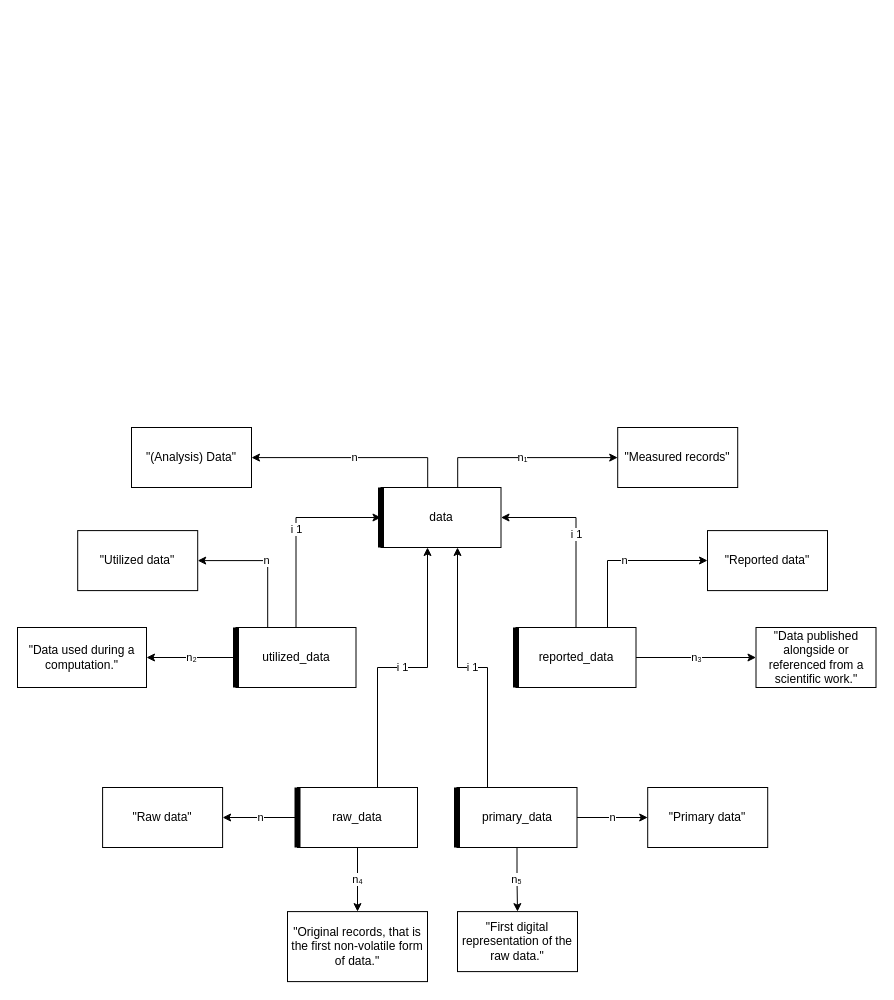
This is page "06-data" (7 of 11) of model-analysis-errors.drawio from nicebread/scientific_errors, a draw.io file, before an edit. Source tidied: cells renumbered, new cells numbered last; positions are measured from the earlier drawing's top-left corner, leaving out a move shared by most shapes. Both pictures are drawn from the tidied source at 100%, with x=0, y=0 at pixel (17, 427).
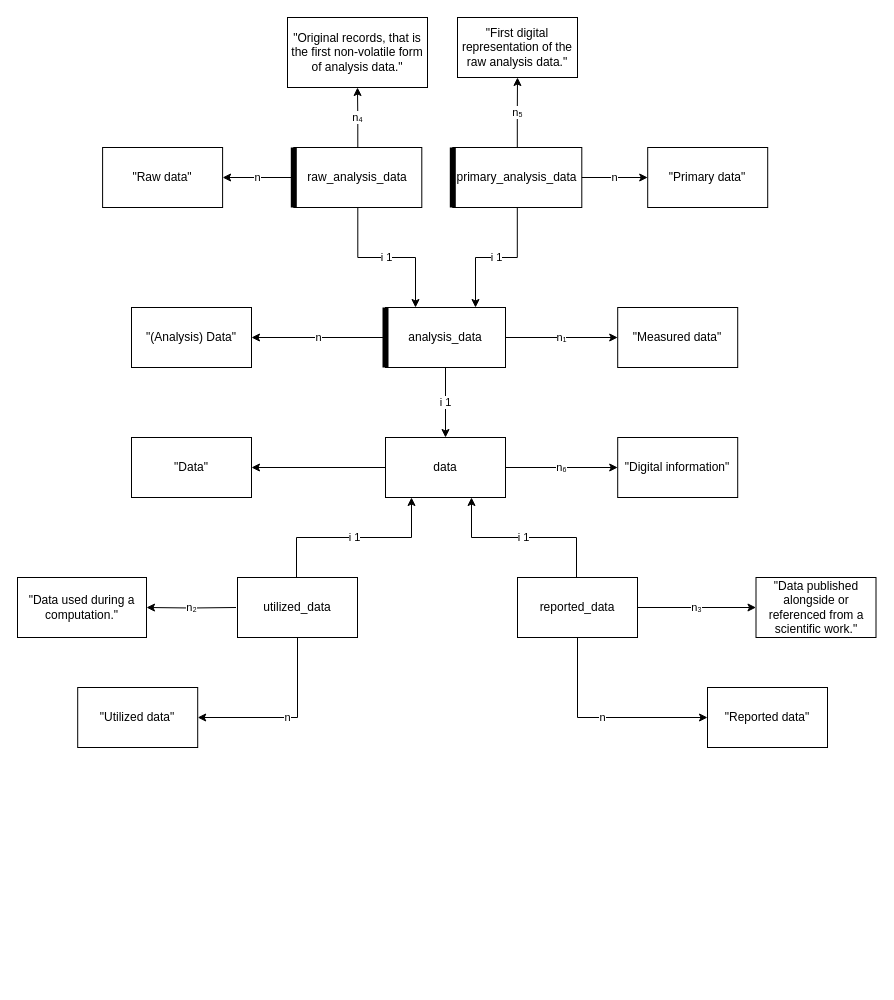
The same page after the edit.

Commit message (it also covers changes not shown here):
Differentiate between "data" and "analysis data"; also: "results" are "data"

Diff of the diagram source:
```diff
@@
-    <mxCell id="2" style="group;" parent="1" vertex="1">
-      <mxGeometry x="363.5" y="60" width="120" height="60" as="geometry" />
-    </mxCell>
-    <mxCell id="3" value="data" style="rounded=0;whiteSpace=wrap;html=1;absoluteArcSize=0;" parent="2" vertex="1">
-      <mxGeometry width="120" height="60" as="geometry" />
-    </mxCell>
-    <mxCell id="4" style="endArrow=none;html=1;rounded=0;entryX=0;entryY=0;entryDx=0;entryDy=0;exitX=0;exitY=1;exitDx=0;exitDy=0;strokeWidth=6;" parent="2" edge="1" source="3" target="3">
-      <mxGeometry relative="1" as="geometry" />
-    </mxCell>
-    <mxCell id="5" style="group;" parent="1" vertex="1">
-      <mxGeometry x="218.5" y="200" width="120" height="60" as="geometry" />
-    </mxCell>
-    <mxCell id="6" value="utilized_data" style="rounded=0;whiteSpace=wrap;html=1;absoluteArcSize=0;" parent="5" vertex="1">
-      <mxGeometry width="120" height="60" as="geometry" />
-    </mxCell>
-    <mxCell id="7" style="endArrow=none;html=1;rounded=0;entryX=0;entryY=0;entryDx=0;entryDy=0;exitX=0;exitY=1;exitDx=0;exitDy=0;strokeWidth=6;" parent="5" edge="1" source="6" target="6">
-      <mxGeometry relative="1" as="geometry" />
-    </mxCell>
-    <mxCell id="8" style="group;" parent="1" vertex="1">
-      <mxGeometry x="498.5" y="200" width="120" height="60" as="geometry" />
-    </mxCell>
-    <mxCell id="9" value="reported_data" style="rounded=0;whiteSpace=wrap;html=1;absoluteArcSize=0;" parent="8" vertex="1">
-      <mxGeometry width="120" height="60" as="geometry" />
-    </mxCell>
-    <mxCell id="10" style="endArrow=none;html=1;rounded=0;entryX=0;entryY=0;entryDx=0;entryDy=0;exitX=0;exitY=1;exitDx=0;exitDy=0;strokeWidth=6;" parent="8" edge="1" source="9" target="9">
-      <mxGeometry relative="1" as="geometry" />
-    </mxCell>
     <mxCell id="11" value="i 1" style="edgeStyle=orthogonalEdgeStyle;rounded=0;jettySize=auto;html=1;" parent="1" edge="1" source="9" target="3">
       <mxGeometry relative="1" as="geometry">
         <Array as="points">
-          <mxPoint x="558.5" y="90" />
+          <mxPoint x="559" y="110" />
+          <mxPoint x="454" y="110" />
         </Array>
       </mxGeometry>
     </mxCell>
     <mxCell id="12" value="i 1" style="edgeStyle=orthogonalEdgeStyle;rounded=0;jettySize=auto;html=1;" parent="1" edge="1" source="6" target="3">
       <mxGeometry relative="1" as="geometry">
         <Array as="points">
-          <mxPoint x="278.5" y="90" />
+          <mxPoint x="279" y="110" />
+          <mxPoint x="394" y="110" />
         </Array>
       </mxGeometry>
     </mxCell>
     <mxCell id="13" value="&quot;Data used during a computation.&quot;" style="rounded=0;whiteSpace=wrap;html=1;" parent="1" vertex="1">
-      <mxGeometry y="200" width="129" height="60" as="geometry" />
+      <mxGeometry y="150" width="129" height="60" as="geometry" />
     </mxCell>
-    <mxCell id="14" value="n₂" style="edgeStyle=orthogonalEdgeStyle;rounded=0;jettySize=auto;html=1;" parent="1" edge="1" source="6" target="13">
-      <mxGeometry relative="1" as="geometry" />
+    <mxCell id="14" value="n₂" style="edgeStyle=orthogonalEdgeStyle;rounded=0;jettySize=auto;html=1;" parent="1" edge="1" target="13">
+      <mxGeometry relative="1" as="geometry">
+        <mxPoint x="218.5" y="180" as="sourcePoint" />
+      </mxGeometry>
     </mxCell>
     <mxCell id="15" value="&quot;Data published alongside or referenced from a scientific work.&quot;" style="rounded=0;whiteSpace=wrap;html=1;" parent="1" vertex="1">
-      <mxGeometry x="738.5" y="200" width="120" height="60" as="geometry" />
+      <mxGeometry x="738.5" y="150" width="120" height="60" as="geometry" />
     </mxCell>
@@
     <mxCell id="17" value="&quot;(Analysis) Data&quot;" style="rounded=0;whiteSpace=wrap;html=1;" parent="1" vertex="1">
-      <mxGeometry x="114" width="120" height="60" as="geometry" />
+      <mxGeometry x="114" y="-120" width="120" height="60" as="geometry" />
     </mxCell>
-    <mxCell id="18" value="n" style="edgeStyle=orthogonalEdgeStyle;rounded=0;jettySize=auto;html=1;" parent="1" edge="1" source="3" target="17">
-      <mxGeometry relative="1" as="geometry">
-        <Array as="points">
-          <mxPoint x="410.2" y="30.1" />
-        </Array>
-      </mxGeometry>
+    <mxCell id="18" value="n" style="edgeStyle=orthogonalEdgeStyle;rounded=0;jettySize=auto;html=1;entryX=1;entryY=0.5;entryDx=0;entryDy=0;" parent="1" edge="1" source="49" target="17">
+      <mxGeometry relative="1" as="geometry" />
     </mxCell>
-    <mxCell id="19" value="&quot;Original records, that is the first non-volatile form of data.&quot;" style="rounded=0;whiteSpace=wrap;html=1;" parent="1" vertex="1">
-      <mxGeometry x="270" y="484.1" width="140" height="70" as="geometry" />
+    <mxCell id="19" value="&quot;Original records, that is the first non-volatile form of analysis data.&quot;" style="rounded=0;whiteSpace=wrap;html=1;" parent="1" vertex="1">
+      <mxGeometry x="270" y="-410" width="140" height="70" as="geometry" />
     </mxCell>
     <mxCell id="20" style="group;" parent="1" vertex="1">
-      <mxGeometry x="435.5" y="360" width="120" height="60" as="geometry" />
+      <mxGeometry x="431" y="-280" width="129" height="60" as="geometry" />
     </mxCell>
-    <mxCell id="21" value="primary_data" style="rounded=0;whiteSpace=wrap;html=1;absoluteArcSize=0;" parent="20" vertex="1">
-      <mxGeometry x="4" width="120" height="60" as="geometry" />
+    <mxCell id="21" value="primary_analysis_data" style="rounded=0;whiteSpace=wrap;html=1;absoluteArcSize=0;" parent="20" vertex="1">
+      <mxGeometry x="4.3" width="129" height="60" as="geometry" />
     </mxCell>
@@
-    <mxCell id="25" value="i 1" style="edgeStyle=orthogonalEdgeStyle;rounded=0;jettySize=auto;html=1;" parent="1" edge="1" source="28" target="3">
-      <mxGeometry relative="1" as="geometry">
-        <Array as="points">
-          <mxPoint x="360" y="240" />
-          <mxPoint x="410" y="240" />
-        </Array>
-      </mxGeometry>
-    </mxCell>
-    <mxCell id="26" value="&quot;First digital representation of the raw data.&quot;" style="rounded=0;whiteSpace=wrap;html=1;" parent="1" vertex="1">
-      <mxGeometry x="440" y="484.1" width="120" height="60" as="geometry" />
+    <mxCell id="26" value="&quot;First digital representation of the raw analysis data.&quot;" style="rounded=0;whiteSpace=wrap;html=1;" parent="1" vertex="1">
+      <mxGeometry x="440" y="-410" width="120" height="60" as="geometry" />
     </mxCell>
     <mxCell id="27" style="group;" parent="1" vertex="1">
-      <mxGeometry x="276" y="360" width="120" height="60" as="geometry" />
+      <mxGeometry x="272" y="-280" width="128" height="60" as="geometry" />
     </mxCell>
-    <mxCell id="28" value="raw_data" style="rounded=0;whiteSpace=wrap;html=1;absoluteArcSize=0;" parent="27" vertex="1">
-      <mxGeometry x="4" width="120" height="60" as="geometry" />
+    <mxCell id="28" value="raw_analysis_data" style="rounded=0;whiteSpace=wrap;html=1;absoluteArcSize=0;" parent="27" vertex="1">
+      <mxGeometry x="4.3" width="128" height="60" as="geometry" />
     </mxCell>
@@
-    <mxCell id="30" value="i 1" style="edgeStyle=orthogonalEdgeStyle;rounded=0;jettySize=auto;html=1;" parent="1" edge="1" source="21" target="3">
-      <mxGeometry relative="1" as="geometry">
-        <Array as="points">
-          <mxPoint x="470" y="240" />
-          <mxPoint x="440" y="240" />
-        </Array>
-      </mxGeometry>
-    </mxCell>
     <mxCell id="31" value="&quot;Utilized data&quot;" style="rounded=0;whiteSpace=wrap;html=1;" parent="1" vertex="1">
-      <mxGeometry x="60.2" y="103.1" width="120" height="60" as="geometry" />
+      <mxGeometry x="60.2" y="260" width="120" height="60" as="geometry" />
     </mxCell>
     <mxCell id="32" value="n" style="edgeStyle=orthogonalEdgeStyle;rounded=0;jettySize=auto;html=1;" parent="1" edge="1" source="6" target="31">
       <mxGeometry relative="1" as="geometry">
         <Array as="points">
-          <mxPoint x="250.2" y="133.1" />
+          <mxPoint x="280" y="290" />
         </Array>
       </mxGeometry>
     </mxCell>
-    <mxCell id="33" value="&quot;Measured records&quot;" style="rounded=0;whiteSpace=wrap;html=1;" parent="1" vertex="1">
-      <mxGeometry x="600.2" width="120" height="60" as="geometry" />
+    <mxCell id="33" value="&quot;Measured data&quot;" style="rounded=0;whiteSpace=wrap;html=1;" parent="1" vertex="1">
+      <mxGeometry x="600.2" y="-120" width="120" height="60" as="geometry" />
     </mxCell>
-    <mxCell id="34" value="n₁" style="edgeStyle=orthogonalEdgeStyle;rounded=0;jettySize=auto;html=1;" parent="1" edge="1" source="3" target="33">
-      <mxGeometry relative="1" as="geometry">
-        <Array as="points">
-          <mxPoint x="440.2" y="30.1" />
-        </Array>
-      </mxGeometry>
+    <mxCell id="34" value="n₁" style="edgeStyle=orthogonalEdgeStyle;rounded=0;jettySize=auto;html=1;entryX=0;entryY=0.5;entryDx=0;entryDy=0;" parent="1" edge="1" source="49" target="33">
+      <mxGeometry relative="1" as="geometry" />
     </mxCell>
     <mxCell id="35" value="&quot;Raw data&quot;" style="rounded=0;whiteSpace=wrap;html=1;" parent="1" vertex="1">
-      <mxGeometry x="85.1" y="360" width="120" height="60" as="geometry" />
+      <mxGeometry x="85.1" y="-280" width="120" height="60" as="geometry" />
     </mxCell>
@@
     <mxCell id="37" value="&quot;Primary data&quot;" style="rounded=0;whiteSpace=wrap;html=1;" parent="1" vertex="1">
-      <mxGeometry x="630.2" y="360" width="120" height="60" as="geometry" />
+      <mxGeometry x="630.2" y="-280" width="120" height="60" as="geometry" />
     </mxCell>
@@
     <mxCell id="39" value="&quot;Reported data&quot;" style="rounded=0;whiteSpace=wrap;html=1;" parent="1" vertex="1">
-      <mxGeometry x="690" y="103.1" width="120" height="60" as="geometry" />
+      <mxGeometry x="690" y="260" width="120" height="60" as="geometry" />
     </mxCell>
     <mxCell id="40" value="n" style="edgeStyle=orthogonalEdgeStyle;curved=0;rounded=0;html=1;" parent="1" edge="1" source="9" target="39">
       <mxGeometry relative="1" as="geometry">
         <Array as="points">
-          <mxPoint x="590" y="133" />
+          <mxPoint x="560" y="290" />
         </Array>
       </mxGeometry>
     </mxCell>
+    <mxCell id="41" value="i 1" style="edgeStyle=orthogonalEdgeStyle;curved=0;rounded=0;html=1;" parent="1" edge="1" source="49" target="3">
+      <mxGeometry relative="1" as="geometry" />
+    </mxCell>
+    <mxCell id="42" value="i 1" style="edgeStyle=orthogonalEdgeStyle;curved=0;rounded=0;html=1;entryX=0.25;entryY=0;entryDx=0;entryDy=0;" parent="1" edge="1" source="28" target="49">
+      <mxGeometry relative="1" as="geometry" />
+    </mxCell>
+    <mxCell id="43" value="i 1" style="edgeStyle=orthogonalEdgeStyle;curved=0;rounded=0;html=1;entryX=0.75;entryY=0;entryDx=0;entryDy=0;" parent="1" edge="1" source="21" target="49">
+      <mxGeometry relative="1" as="geometry" />
+    </mxCell>
+    <mxCell id="44" value="&quot;Data&quot;" style="rounded=0;whiteSpace=wrap;html=1;" parent="1" vertex="1">
+      <mxGeometry x="114" y="10" width="120" height="60" as="geometry" />
+    </mxCell>
+    <mxCell id="45" value="&quot;Digital information&quot;" style="rounded=0;whiteSpace=wrap;html=1;" parent="1" vertex="1">
+      <mxGeometry x="600.2" y="10" width="120" height="60" as="geometry" />
+    </mxCell>
+    <mxCell id="46" value="n₆" style="edgeStyle=orthogonalEdgeStyle;curved=0;rounded=0;html=1;" parent="1" edge="1" source="3" target="45">
+      <mxGeometry relative="1" as="geometry" />
+    </mxCell>
+    <mxCell id="47" style="edgeStyle=orthogonalEdgeStyle;curved=0;rounded=0;html=1;" parent="1" edge="1" source="3" target="44">
+      <mxGeometry relative="1" as="geometry" />
+    </mxCell>
+    <mxCell id="48" style="group;" parent="1" vertex="1">
+      <mxGeometry x="368" y="-120" width="120" height="60" as="geometry" />
+    </mxCell>
+    <mxCell id="49" value="analysis_data" style="rounded=0;whiteSpace=wrap;html=1;absoluteArcSize=0;" parent="48" vertex="1">
+      <mxGeometry width="120" height="60" as="geometry" />
+    </mxCell>
+    <mxCell id="50" style="endArrow=none;html=1;rounded=0;entryX=0;entryY=0;entryDx=0;entryDy=0;exitX=0;exitY=1;exitDx=0;exitDy=0;strokeWidth=6;" parent="48" edge="1" source="49" target="49">
+      <mxGeometry relative="1" as="geometry" />
+    </mxCell>
+    <mxCell id="3" value="data" style="rounded=0;whiteSpace=wrap;html=1;" parent="1" vertex="1">
+      <mxGeometry x="368" y="10" width="120" height="60" as="geometry" />
+    </mxCell>
+    <mxCell id="6" value="utilized_data" style="rounded=0;whiteSpace=wrap;html=1;" parent="1" vertex="1">
+      <mxGeometry x="220" y="150" width="120" height="60" as="geometry" />
+    </mxCell>
+    <mxCell id="9" value="reported_data" style="rounded=0;whiteSpace=wrap;html=1;" parent="1" vertex="1">
+      <mxGeometry x="500" y="150" width="120" height="60" as="geometry" />
+    </mxCell>
```
